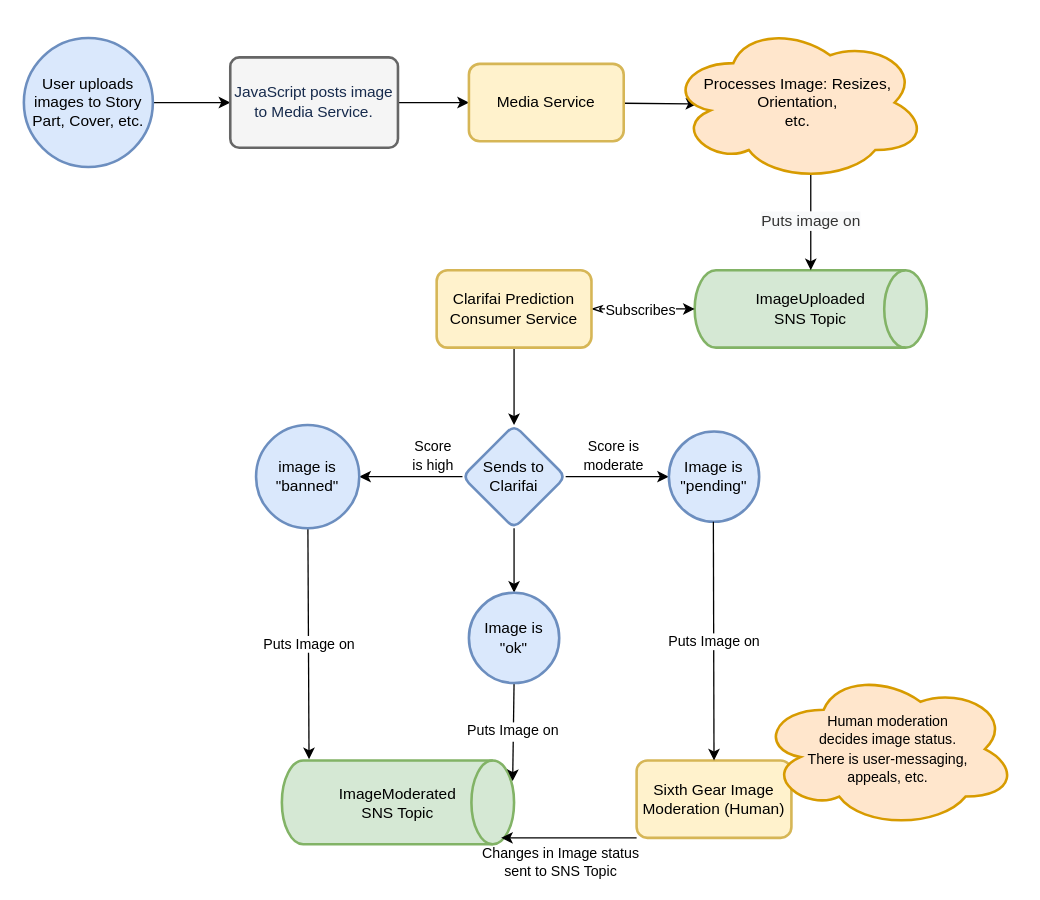
Above: PartImageUploadFlow.drawio in ronanwp/ConfluenceDiagrams (draw.io), before the change. Source tidied: cells renumbered, new cells numbered last; positions are measured from the earlier drawing's top-left corner, leaving out a move shared by most shapes. Both pictures are drawn from the tidied source at 129%, with x=0, y=0 at pixel (23, 23).
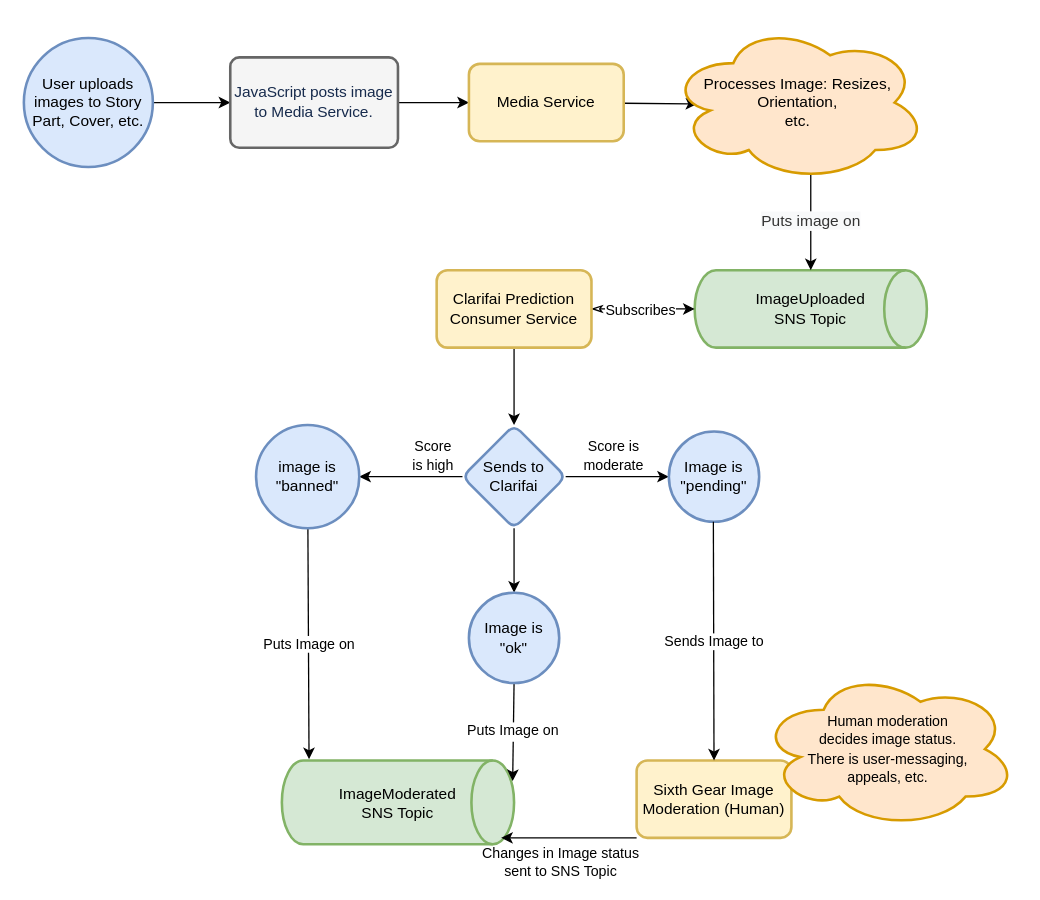
The same diagram, later.

The change refers to these unchanged cells:
```xml
<mxCell id="27" value="Sixth Gear Image Moderation (Human)" style="whiteSpace=wrap;html=1;rounded=1;strokeColor=#d6b656;strokeWidth=2;fillColor=#fff2cc;arcSize=14;" parent="1" vertex="1">
  <mxGeometry x="475" y="571" width="120" height="60" as="geometry" />
</mxCell>
```

What changed in the source:
```diff
@@
-    <mxCell id="32" value="Puts Image on" style="edgeStyle=none;rounded=0;jettySize=auto;html=1;entryX=0.5;entryY=0;entryDx=0;entryDy=0;startArrow=none;startFill=0;endArrow=classic;endFill=1;strokeColor=default;" parent="1" edge="1" target="27">
+    <mxCell id="32" value="Sends Image to" style="edgeStyle=none;rounded=0;jettySize=auto;html=1;entryX=0.5;entryY=0;entryDx=0;entryDy=0;startArrow=none;startFill=0;endArrow=classic;endFill=1;strokeColor=default;" parent="1" edge="1" target="27">
       <mxGeometry relative="1" as="geometry">
         <mxPoint x="534.5" y="386" as="sourcePoint" />
       </mxGeometry>
     </mxCell>
```
